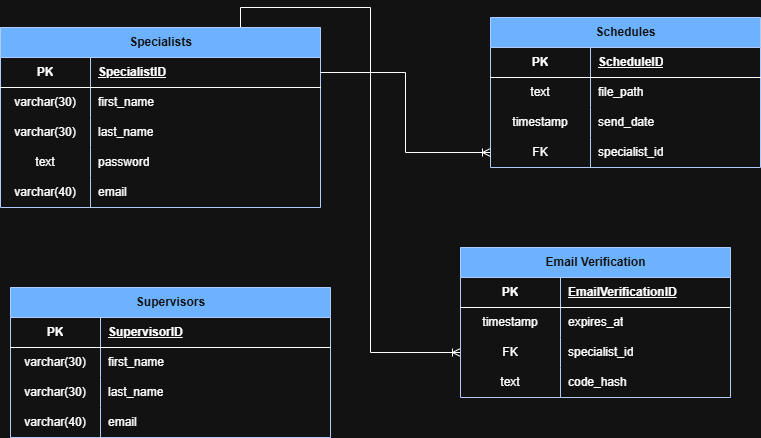
This is assets/scheduleflowDB.png from darienmiller88/ScheduleFlow, a draw.io export, as it was before one commit. Source tidied: cells renumbered, new cells last; positions are measured from the earlier drawing's top-left corner, leaving out a move shared by most shapes.
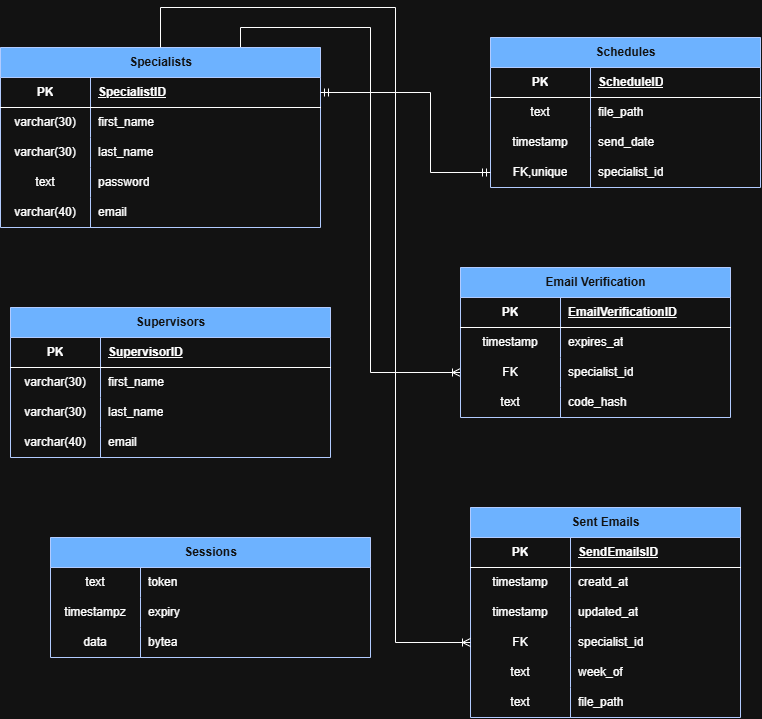
The same diagram one commit later.

Commit message:
feat: updated database schema diagram

Diff of the diagram source:
```diff
@@ -92,7 +92,7 @@
     <mxCell id="29" style="shape=tableRow;horizontal=0;startSize=0;swimlaneHead=0;swimlaneBody=0;fillColor=none;points=[[0,0.5],[1,0.5]];portConstraint=eastwest;top=0;left=0;right=0;bottom=0;" parent="19" vertex="1">
       <mxGeometry y="120" width="270" height="30" as="geometry" />
     </mxCell>
-    <mxCell id="30" value="FK" style="shape=partialRectangle;fillColor=none;top=0;left=0;bottom=0;right=0;overflow=hidden;whiteSpace=wrap;html=1;" parent="29" vertex="1">
+    <mxCell id="30" value="FK,unique" style="shape=partialRectangle;fillColor=none;top=0;left=0;bottom=0;right=0;overflow=hidden;whiteSpace=wrap;html=1;" parent="29" vertex="1">
       <mxGeometry width="100" height="30" as="geometry" />
     </mxCell>
     <mxCell id="31" value="specialist_id" style="shape=partialRectangle;fillColor=none;top=0;left=0;bottom=0;right=0;align=left;spacingLeft=6;overflow=hidden;whiteSpace=wrap;html=1;" parent="29" vertex="1">
@@ -137,8 +137,13 @@
     <mxCell id="44" value="email" style="shape=partialRectangle;fillColor=none;top=0;left=0;bottom=0;right=0;align=left;spacingLeft=6;overflow=hidden;whiteSpace=wrap;html=1;" parent="42" vertex="1">
       <mxGeometry x="90" width="230" height="30" as="geometry" />
     </mxCell>
-    <mxCell id="45" style="edgeStyle=orthogonalEdgeStyle;rounded=0;jettySize=auto;html=1;exitX=0;exitY=0.5;exitDx=0;exitDy=0;entryX=1;entryY=0.5;entryDx=0;entryDy=0;endArrow=none;endFill=0;startArrow=ERoneToMany;startFill=0;" parent="1" edge="1" source="29" target="4">
-      <mxGeometry relative="1" as="geometry" />
+    <mxCell id="45" style="edgeStyle=orthogonalEdgeStyle;rounded=0;jettySize=auto;html=1;exitX=0;exitY=0.5;exitDx=0;exitDy=0;entryX=1;entryY=0.5;entryDx=0;entryDy=0;endArrow=ERmandOne;endFill=0;startArrow=ERmandOne;startFill=0;" parent="1" edge="1" source="29" target="4">
+      <mxGeometry relative="1" as="geometry">
+        <Array as="points">
+          <mxPoint x="430" y="145" />
+          <mxPoint x="430" y="65" />
+        </Array>
+      </mxGeometry>
     </mxCell>
     <mxCell id="46" value="Email Verification" style="shape=table;startSize=30;rowLines=0;fontStyle=1;align=center;html=1;fillColor=#0050ef;fontColor=#ffffff;strokeColor=#001DBC;" parent="1" vertex="1">
       <mxGeometry x="460" y="240" width="270" height="150" as="geometry" />
@@ -179,5 +184,101 @@
     <mxCell id="58" value="code_hash" style="shape=partialRectangle;fillColor=none;top=0;left=0;bottom=0;right=0;align=left;spacingLeft=6;overflow=hidden;whiteSpace=wrap;html=1;" parent="56" vertex="1">
       <mxGeometry x="100" width="170" height="30" as="geometry" />
     </mxCell>
+    <mxCell id="59" value="Sent Emails" style="shape=table;startSize=30;rowLines=0;fontStyle=1;align=center;html=1;fillColor=#0050ef;fontColor=#ffffff;strokeColor=#001DBC;" parent="1" vertex="1">
+      <mxGeometry x="470" y="480" width="270" height="210" as="geometry" />
+    </mxCell>
+    <mxCell id="60" style="shape=tableRow;horizontal=0;startSize=0;swimlaneHead=0;swimlaneBody=0;fillColor=none;top=0;left=0;right=0;bottom=1;" parent="59" vertex="1">
+      <mxGeometry y="30" width="270" height="30" as="geometry" />
+    </mxCell>
+    <mxCell id="61" value="PK" style="shape=partialRectangle;fillColor=none;top=0;left=0;bottom=0;right=0;fontStyle=1;overflow=hidden;whiteSpace=wrap;html=1;" parent="60" vertex="1">
+      <mxGeometry width="100" height="30" as="geometry" />
+    </mxCell>
+    <mxCell id="62" value="SendEmailsID" style="shape=partialRectangle;fillColor=none;top=0;left=0;bottom=0;right=0;align=left;spacingLeft=6;fontStyle=5;overflow=hidden;whiteSpace=wrap;html=1;" parent="60" vertex="1">
+      <mxGeometry x="100" width="170" height="30" as="geometry" />
+    </mxCell>
+    <mxCell id="63" style="shape=tableRow;horizontal=0;startSize=0;swimlaneHead=0;swimlaneBody=0;fillColor=none;top=0;left=0;right=0;bottom=0;" parent="59" vertex="1">
+      <mxGeometry y="60" width="270" height="30" as="geometry" />
+    </mxCell>
+    <mxCell id="64" value="timestamp" style="shape=partialRectangle;fillColor=none;top=0;left=0;bottom=0;right=0;overflow=hidden;whiteSpace=wrap;html=1;" parent="63" vertex="1">
+      <mxGeometry width="100" height="30" as="geometry" />
+    </mxCell>
+    <mxCell id="65" value="creatd_at" style="shape=partialRectangle;fillColor=none;top=0;left=0;bottom=0;right=0;align=left;spacingLeft=6;overflow=hidden;whiteSpace=wrap;html=1;" parent="63" vertex="1">
+      <mxGeometry x="100" width="170" height="30" as="geometry" />
+    </mxCell>
+    <mxCell id="66" style="shape=tableRow;horizontal=0;startSize=0;swimlaneHead=0;swimlaneBody=0;fillColor=none;top=0;left=0;right=0;bottom=0;" parent="59" vertex="1">
+      <mxGeometry y="90" width="270" height="30" as="geometry" />
+    </mxCell>
+    <mxCell id="67" value="timestamp" style="shape=partialRectangle;fillColor=none;top=0;left=0;bottom=0;right=0;overflow=hidden;whiteSpace=wrap;html=1;" parent="66" vertex="1">
+      <mxGeometry width="100" height="30" as="geometry" />
+    </mxCell>
+    <mxCell id="68" value="updated_at" style="shape=partialRectangle;fillColor=none;top=0;left=0;bottom=0;right=0;align=left;spacingLeft=6;overflow=hidden;whiteSpace=wrap;html=1;" parent="66" vertex="1">
+      <mxGeometry x="100" width="170" height="30" as="geometry" />
+    </mxCell>
+    <mxCell id="69" style="shape=tableRow;horizontal=0;startSize=0;swimlaneHead=0;swimlaneBody=0;fillColor=none;points=[[0,0.5],[1,0.5]];portConstraint=eastwest;top=0;left=0;right=0;bottom=0;" parent="59" vertex="1">
+      <mxGeometry y="120" width="270" height="30" as="geometry" />
+    </mxCell>
+    <mxCell id="70" value="FK" style="shape=partialRectangle;fillColor=none;top=0;left=0;bottom=0;right=0;overflow=hidden;whiteSpace=wrap;html=1;" parent="69" vertex="1">
+      <mxGeometry width="100" height="30" as="geometry" />
+    </mxCell>
+    <mxCell id="71" value="specialist_id" style="shape=partialRectangle;fillColor=none;top=0;left=0;bottom=0;right=0;align=left;spacingLeft=6;overflow=hidden;whiteSpace=wrap;html=1;" parent="69" vertex="1">
+      <mxGeometry x="100" width="170" height="30" as="geometry" />
+    </mxCell>
+    <mxCell id="72" style="shape=tableRow;horizontal=0;startSize=0;swimlaneHead=0;swimlaneBody=0;fillColor=none;top=0;left=0;right=0;bottom=0;" parent="59" vertex="1">
+      <mxGeometry y="150" width="270" height="30" as="geometry" />
+    </mxCell>
+    <mxCell id="73" value="text" style="shape=partialRectangle;fillColor=none;top=0;left=0;bottom=0;right=0;overflow=hidden;whiteSpace=wrap;html=1;" parent="72" vertex="1">
+      <mxGeometry width="100" height="30" as="geometry" />
+    </mxCell>
+    <mxCell id="74" value="week_of" style="shape=partialRectangle;fillColor=none;top=0;left=0;bottom=0;right=0;align=left;spacingLeft=6;overflow=hidden;whiteSpace=wrap;html=1;" parent="72" vertex="1">
+      <mxGeometry x="100" width="170" height="30" as="geometry" />
+    </mxCell>
+    <mxCell id="75" style="shape=tableRow;horizontal=0;startSize=0;swimlaneHead=0;swimlaneBody=0;fillColor=none;top=0;left=0;right=0;bottom=0;" parent="59" vertex="1">
+      <mxGeometry y="180" width="270" height="30" as="geometry" />
+    </mxCell>
+    <mxCell id="76" value="text" style="shape=partialRectangle;fillColor=none;top=0;left=0;bottom=0;right=0;overflow=hidden;whiteSpace=wrap;html=1;" parent="75" vertex="1">
+      <mxGeometry width="100" height="30" as="geometry" />
+    </mxCell>
+    <mxCell id="77" value="file_path" style="shape=partialRectangle;fillColor=none;top=0;left=0;bottom=0;right=0;align=left;spacingLeft=6;overflow=hidden;whiteSpace=wrap;html=1;" parent="75" vertex="1">
+      <mxGeometry x="100" width="170" height="30" as="geometry" />
+    </mxCell>
+    <mxCell id="78" style="edgeStyle=orthogonalEdgeStyle;rounded=0;jettySize=auto;html=1;exitX=0.5;exitY=0;exitDx=0;exitDy=0;entryX=0;entryY=0.5;entryDx=0;entryDy=0;endArrow=ERoneToMany;endFill=0;" parent="1" edge="1" source="3" target="69">
+      <mxGeometry relative="1" as="geometry">
+        <Array as="points">
+          <mxPoint x="160" y="-20" />
+          <mxPoint x="395" y="-20" />
+          <mxPoint x="395" y="615" />
+        </Array>
+      </mxGeometry>
+    </mxCell>
+    <mxCell id="79" value="Sessions" style="shape=table;startSize=30;rowLines=0;fontStyle=1;align=center;html=1;fillColor=#0050ef;fontColor=#ffffff;strokeColor=#001DBC;" parent="1" vertex="1">
+      <mxGeometry x="50" y="510" width="320" height="120" as="geometry" />
+    </mxCell>
+    <mxCell id="80" style="shape=tableRow;horizontal=0;startSize=0;swimlaneHead=0;swimlaneBody=0;fillColor=none;top=0;left=0;right=0;bottom=0;" parent="79" vertex="1">
+      <mxGeometry y="30" width="320" height="30" as="geometry" />
+    </mxCell>
+    <mxCell id="81" value="text" style="shape=partialRectangle;fillColor=none;top=0;left=0;bottom=0;right=0;overflow=hidden;whiteSpace=wrap;html=1;" parent="80" vertex="1">
+      <mxGeometry width="90" height="30" as="geometry" />
+    </mxCell>
+    <mxCell id="82" value="token" style="shape=partialRectangle;fillColor=none;top=0;left=0;bottom=0;right=0;align=left;spacingLeft=6;overflow=hidden;whiteSpace=wrap;html=1;" parent="80" vertex="1">
+      <mxGeometry x="90" width="230" height="30" as="geometry" />
+    </mxCell>
+    <mxCell id="83" style="shape=tableRow;horizontal=0;startSize=0;swimlaneHead=0;swimlaneBody=0;fillColor=none;top=0;left=0;right=0;bottom=0;" parent="79" vertex="1">
+      <mxGeometry y="60" width="320" height="30" as="geometry" />
+    </mxCell>
+    <mxCell id="84" value="timestampz" style="shape=partialRectangle;fillColor=none;top=0;left=0;bottom=0;right=0;overflow=hidden;whiteSpace=wrap;html=1;" parent="83" vertex="1">
+      <mxGeometry width="90" height="30" as="geometry" />
+    </mxCell>
+    <mxCell id="85" value="expiry" style="shape=partialRectangle;fillColor=none;top=0;left=0;bottom=0;right=0;align=left;spacingLeft=6;overflow=hidden;whiteSpace=wrap;html=1;" parent="83" vertex="1">
+      <mxGeometry x="90" width="230" height="30" as="geometry" />
+    </mxCell>
+    <mxCell id="86" style="shape=tableRow;horizontal=0;startSize=0;swimlaneHead=0;swimlaneBody=0;fillColor=none;top=0;left=0;right=0;bottom=0;" parent="79" vertex="1">
+      <mxGeometry y="90" width="320" height="30" as="geometry" />
+    </mxCell>
+    <mxCell id="87" value="data" style="shape=partialRectangle;fillColor=none;top=0;left=0;bottom=0;right=0;overflow=hidden;whiteSpace=wrap;html=1;" parent="86" vertex="1">
+      <mxGeometry width="90" height="30" as="geometry" />
+    </mxCell>
+    <mxCell id="88" value="bytea" style="shape=partialRectangle;fillColor=none;top=0;left=0;bottom=0;right=0;align=left;spacingLeft=6;overflow=hidden;whiteSpace=wrap;html=1;" parent="86" vertex="1">
+      <mxGeometry x="90" width="230" height="30" as="geometry" />
+    </mxCell>
   </root>
 </mxGraphModel>
```
